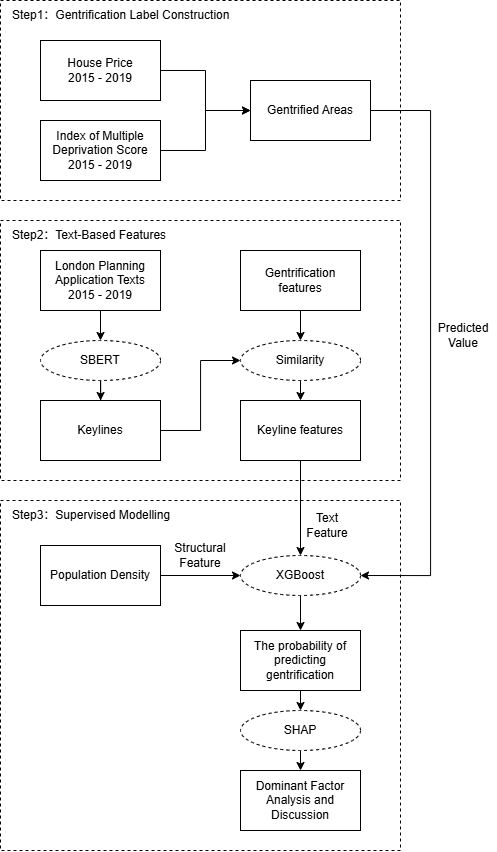
The draw.io diagram flowmap.png in meimao76/housing_feature_gentrification, before a commit. Source tidied: cells renumbered, new cells last; positions are measured from the earlier drawing's top-left corner, leaving out a move shared by most shapes.
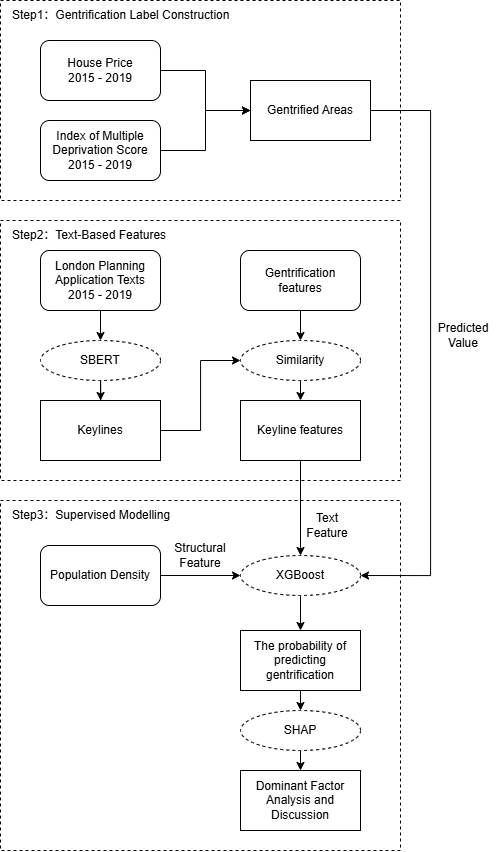
The same file after the commit.

What changed in the source:
```diff
@@ -14,13 +14,13 @@
     <mxCell id="5" style="edgeStyle=orthogonalEdgeStyle;rounded=0;jettySize=auto;html=1;exitX=1;exitY=0.5;exitDx=0;exitDy=0;entryX=0;entryY=0.5;entryDx=0;entryDy=0;" parent="1" edge="1" source="6" target="10">
       <mxGeometry relative="1" as="geometry" />
     </mxCell>
-    <mxCell id="6" value="House Price&lt;div&gt;2015 - 2019&lt;/div&gt;" style="rounded=0;whiteSpace=wrap;html=1;strokeColor=light-dark(#000000,#99FFFF);" parent="1" vertex="1">
+    <mxCell id="6" value="House Price&lt;div&gt;2015 - 2019&lt;/div&gt;" style="rounded=1;whiteSpace=wrap;html=1;strokeColor=light-dark(#000000,#99FFFF);" parent="1" vertex="1">
       <mxGeometry x="40" y="40" width="120" height="60" as="geometry" />
     </mxCell>
     <mxCell id="7" style="edgeStyle=orthogonalEdgeStyle;rounded=0;jettySize=auto;html=1;exitX=1;exitY=0.5;exitDx=0;exitDy=0;entryX=0;entryY=0.5;entryDx=0;entryDy=0;" parent="1" edge="1" source="8" target="10">
       <mxGeometry relative="1" as="geometry" />
     </mxCell>
-    <mxCell id="8" value="Index of Multiple Deprivation Score&lt;div&gt;2015 - 2019&lt;/div&gt;" style="rounded=0;whiteSpace=wrap;html=1;strokeColor=light-dark(#000000,#99FFFF);" parent="1" vertex="1">
+    <mxCell id="8" value="Index of Multiple Deprivation Score&lt;div&gt;2015 - 2019&lt;/div&gt;" style="rounded=1;whiteSpace=wrap;html=1;strokeColor=light-dark(#000000,#99FFFF);" parent="1" vertex="1">
       <mxGeometry x="40" y="120" width="120" height="60" as="geometry" />
     </mxCell>
     <mxCell id="9" style="edgeStyle=orthogonalEdgeStyle;rounded=0;jettySize=auto;html=1;exitX=1;exitY=0.5;exitDx=0;exitDy=0;entryX=1;entryY=0.5;entryDx=0;entryDy=0;" parent="1" edge="1" source="10" target="28">
@@ -40,7 +40,7 @@
     <mxCell id="12" style="edgeStyle=orthogonalEdgeStyle;rounded=0;jettySize=auto;html=1;exitX=0.5;exitY=1;exitDx=0;exitDy=0;entryX=0.5;entryY=0;entryDx=0;entryDy=0;" parent="1" edge="1" source="13" target="24">
       <mxGeometry relative="1" as="geometry" />
     </mxCell>
-    <mxCell id="13" value="London Planning Application Texts&lt;div&gt;2015 - 2019&lt;/div&gt;" style="rounded=0;whiteSpace=wrap;html=1;strokeColor=light-dark(#000000,#99FFFF);" parent="1" vertex="1">
+    <mxCell id="13" value="London Planning Application Texts&lt;div&gt;2015 - 2019&lt;/div&gt;" style="rounded=1;whiteSpace=wrap;html=1;strokeColor=light-dark(#000000,#99FFFF);" parent="1" vertex="1">
       <mxGeometry x="40" y="250" width="120" height="60" as="geometry" />
     </mxCell>
     <mxCell id="14" style="edgeStyle=orthogonalEdgeStyle;rounded=0;jettySize=auto;html=1;exitX=1;exitY=0.5;exitDx=0;exitDy=0;entryX=0;entryY=0.5;entryDx=0;entryDy=0;" parent="1" edge="1" source="15" target="26">
@@ -52,7 +52,7 @@
     <mxCell id="16" style="edgeStyle=orthogonalEdgeStyle;rounded=0;jettySize=auto;html=1;exitX=0.5;exitY=1;exitDx=0;exitDy=0;entryX=0.5;entryY=0;entryDx=0;entryDy=0;" parent="1" edge="1" source="17" target="26">
       <mxGeometry relative="1" as="geometry" />
     </mxCell>
-    <mxCell id="17" value="Gentrification&lt;div&gt;features&lt;/div&gt;" style="rounded=0;whiteSpace=wrap;html=1;strokeColor=light-dark(#000000,#99FFFF);" parent="1" vertex="1">
+    <mxCell id="17" value="Gentrification&lt;div&gt;features&lt;/div&gt;" style="rounded=1;whiteSpace=wrap;html=1;strokeColor=light-dark(#000000,#99FFFF);" parent="1" vertex="1">
       <mxGeometry x="240" y="250" width="120" height="60" as="geometry" />
     </mxCell>
     <mxCell id="18" style="edgeStyle=orthogonalEdgeStyle;rounded=0;jettySize=auto;html=1;exitX=0.5;exitY=1;exitDx=0;exitDy=0;entryX=0.5;entryY=0;entryDx=0;entryDy=0;" parent="1" edge="1" source="19" target="28">
@@ -67,7 +67,7 @@
     <mxCell id="21" style="edgeStyle=orthogonalEdgeStyle;rounded=0;jettySize=auto;html=1;exitX=1;exitY=0.5;exitDx=0;exitDy=0;entryX=0;entryY=0.5;entryDx=0;entryDy=0;" parent="1" edge="1" source="22" target="28">
       <mxGeometry relative="1" as="geometry" />
     </mxCell>
-    <mxCell id="22" value="Population Density" style="rounded=0;whiteSpace=wrap;html=1;strokeColor=light-dark(#000000,#99FFFF);" parent="1" vertex="1">
+    <mxCell id="22" value="Population Density" style="rounded=1;whiteSpace=wrap;html=1;strokeColor=light-dark(#000000,#99FFFF);" parent="1" vertex="1">
       <mxGeometry x="40" y="545" width="120" height="60" as="geometry" />
     </mxCell>
     <mxCell id="23" style="edgeStyle=orthogonalEdgeStyle;rounded=0;jettySize=auto;html=1;exitX=0.5;exitY=1;exitDx=0;exitDy=0;" parent="1" edge="1" source="24" target="15">
```
